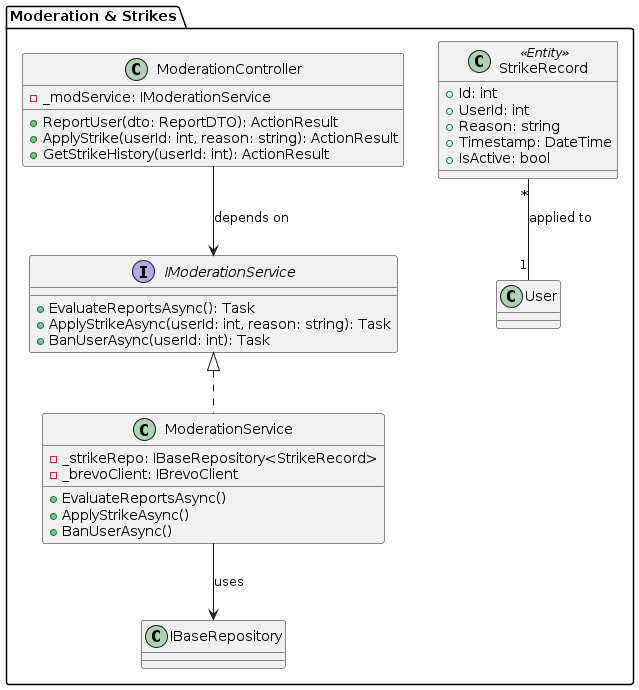
Above: report/assets/class-diagrams/moderation-and-strikes-component-diagram.png in upc-pre-1asi0729-11848-arcadiadevs/viora-report (PlantUML), before the change.
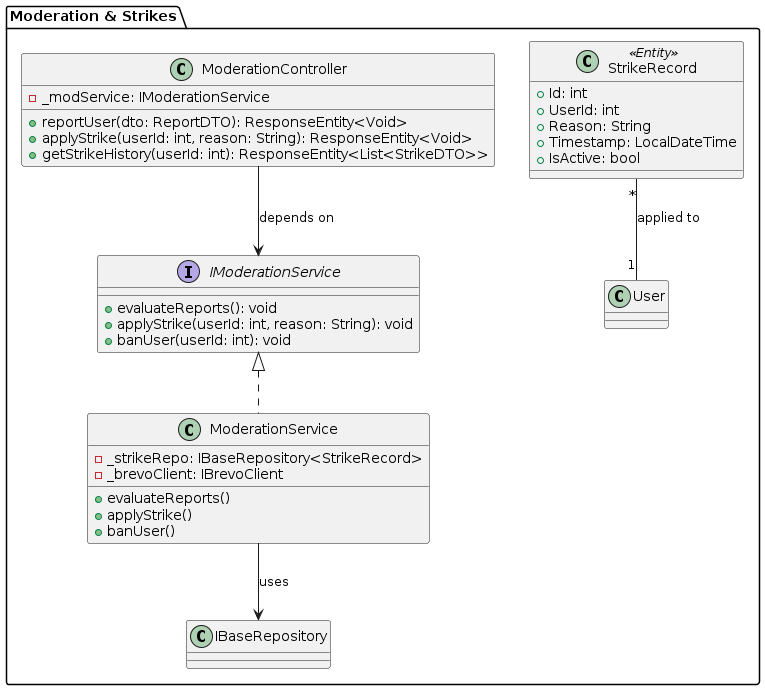
Later version of the same file.

Diff of the diagram source:
```diff
@@ -2,30 +2,30 @@
 package "Moderation & Strikes" {
     class ModerationController {
         - _modService: IModerationService
-        + ReportUser(dto: ReportDTO): ActionResult
-        + ApplyStrike(userId: int, reason: string): ActionResult
-        + GetStrikeHistory(userId: int): ActionResult
+        + reportUser(dto: ReportDTO): ResponseEntity<Void>
+        + applyStrike(userId: int, reason: String): ResponseEntity<Void>
+        + getStrikeHistory(userId: int): ResponseEntity<List<StrikeDTO>>
     }
 
     interface IModerationService {
-        + EvaluateReportsAsync(): Task
-        + ApplyStrikeAsync(userId: int, reason: string): Task
-        + BanUserAsync(userId: int): Task
+        + evaluateReports(): void
+        + applyStrike(userId: int, reason: String): void
+        + banUser(userId: int): void
     }
 
     class ModerationService {
         - _strikeRepo: IBaseRepository<StrikeRecord>
         - _brevoClient: IBrevoClient
-        + EvaluateReportsAsync()
-        + ApplyStrikeAsync()
-        + BanUserAsync()
+        + evaluateReports()
+        + applyStrike()
+        + banUser()
     }
 
     class StrikeRecord <<Entity>> {
         + Id: int
         + UserId: int
-        + Reason: string
-        + Timestamp: DateTime
+        + Reason: String
+        + Timestamp: LocalDateTime
         + IsActive: bool
     }
 
```
